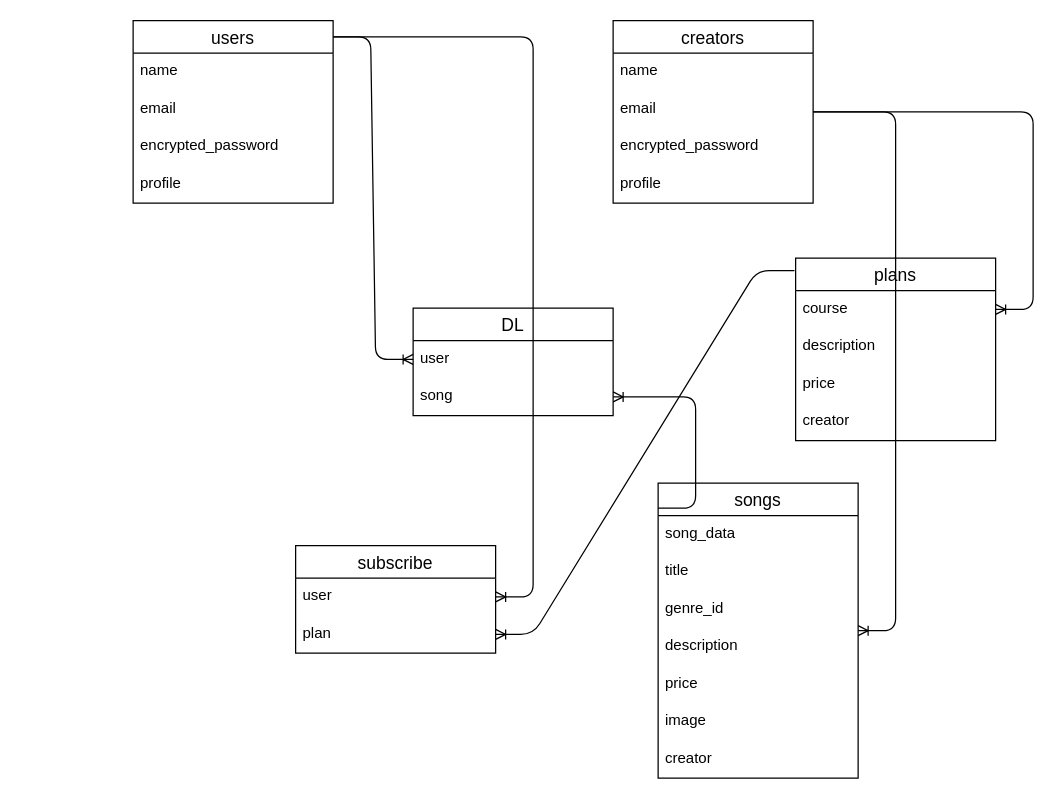
This is database.dio from koluhei/otolie, a draw.io file, before an edit. Source tidied: cells renumbered, new cells numbered last; positions are measured from the earlier drawing's top-left corner, leaving out a move shared by most shapes. Both pictures are drawn from the tidied source at 125%, with x=0, y=0 at pixel (132, 20).
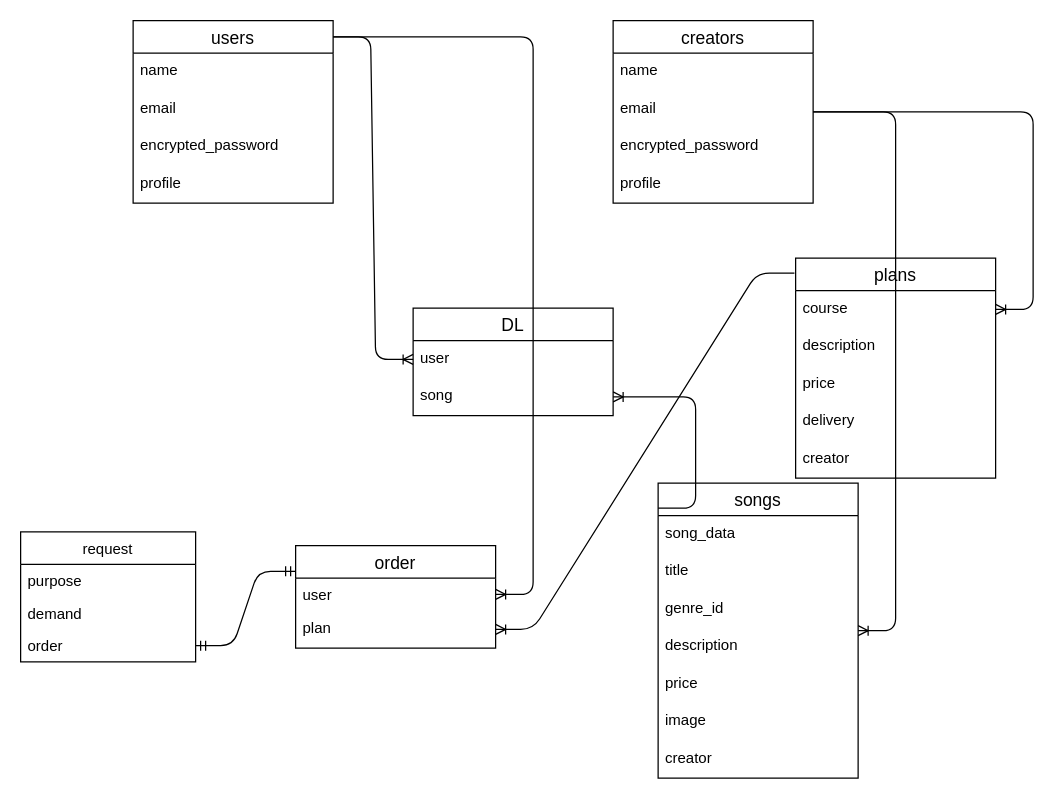
After the change.

Change to the diagram source:
```diff
@@
     <mxCell id="20" value="plans" style="swimlane;fontStyle=0;horizontal=1;startSize=26;align=center;fontSize=14;" parent="1" vertex="1">
-      <mxGeometry x="530" y="190" width="160" height="146" as="geometry" />
+      <mxGeometry x="530" y="190" width="160" height="176" as="geometry" />
     </mxCell>
@@
+    <mxCell id="37" value="delivery" style="text;strokeColor=none;fillColor=none;spacingLeft=4;spacingRight=4;overflow=hidden;fontSize=12;" parent="20" vertex="1">
+      <mxGeometry y="116" width="160" height="30" as="geometry" />
+    </mxCell>
     <mxCell id="24" value="creator" style="text;strokeColor=none;fillColor=none;spacingLeft=4;spacingRight=4;overflow=hidden;fontSize=12;" parent="20" vertex="1">
-      <mxGeometry y="116" width="160" height="30" as="geometry" />
+      <mxGeometry y="146" width="160" height="30" as="geometry" />
     </mxCell>
@@
-    <mxCell id="28" value="subscribe" style="swimlane;fontStyle=0;horizontal=1;startSize=26;align=center;fontSize=14;" parent="1" vertex="1">
-      <mxGeometry x="130" y="420" width="160" height="86" as="geometry" />
+    <mxCell id="28" value="order" style="swimlane;fontStyle=0;horizontal=1;startSize=26;align=center;fontSize=14;" parent="1" vertex="1">
+      <mxGeometry x="130" y="420" width="160" height="82" as="geometry" />
     </mxCell>
     <mxCell id="29" value="user" style="text;strokeColor=none;fillColor=none;spacingLeft=4;spacingRight=4;overflow=hidden;points=[[0,0.5],[1,0.5]];portConstraint=eastwest;fontSize=12;" parent="28" vertex="1">
-      <mxGeometry y="26" width="160" height="30" as="geometry" />
+      <mxGeometry y="26" width="160" height="26" as="geometry" />
     </mxCell>
     <mxCell id="30" value="plan" style="text;strokeColor=none;fillColor=none;spacingLeft=4;spacingRight=4;overflow=hidden;points=[[0,0.5],[1,0.5]];portConstraint=eastwest;fontSize=12;" parent="28" vertex="1">
-      <mxGeometry y="56" width="160" height="30" as="geometry" />
+      <mxGeometry y="52" width="160" height="30" as="geometry" />
     </mxCell>
@@
+    <mxCell id="38" value="request" style="swimlane;fontStyle=0;horizontal=1;startSize=26;" parent="1" vertex="1">
+      <mxGeometry x="-90" y="409" width="140" height="104" as="geometry" />
+    </mxCell>
+    <mxCell id="39" value="purpose" style="text;strokeColor=none;fillColor=none;align=left;verticalAlign=top;spacingLeft=4;spacingRight=4;overflow=hidden;" parent="38" vertex="1">
+      <mxGeometry y="26" width="140" height="26" as="geometry" />
+    </mxCell>
+    <mxCell id="40" value="demand" style="text;strokeColor=none;fillColor=none;align=left;verticalAlign=top;spacingLeft=4;spacingRight=4;overflow=hidden;" parent="38" vertex="1">
+      <mxGeometry y="52" width="140" height="26" as="geometry" />
+    </mxCell>
+    <mxCell id="41" value="order&#10;" style="text;strokeColor=none;fillColor=none;align=left;verticalAlign=top;spacingLeft=4;spacingRight=4;overflow=hidden;points=[[0,0.5],[1,0.5]];portConstraint=eastwest;" parent="38" vertex="1">
+      <mxGeometry y="78" width="140" height="26" as="geometry" />
+    </mxCell>
+    <mxCell id="42" style="edgeStyle=entityRelationEdgeStyle;fontSize=12;html=1;endArrow=ERmandOne;startArrow=ERmandOne;entryX=0;entryY=0.25;entryDx=0;entryDy=0;exitX=1;exitY=0.5;exitDx=0;exitDy=0;" parent="1" edge="1" source="41" target="28">
+      <mxGeometry relative="1" as="geometry" />
+    </mxCell>
```
